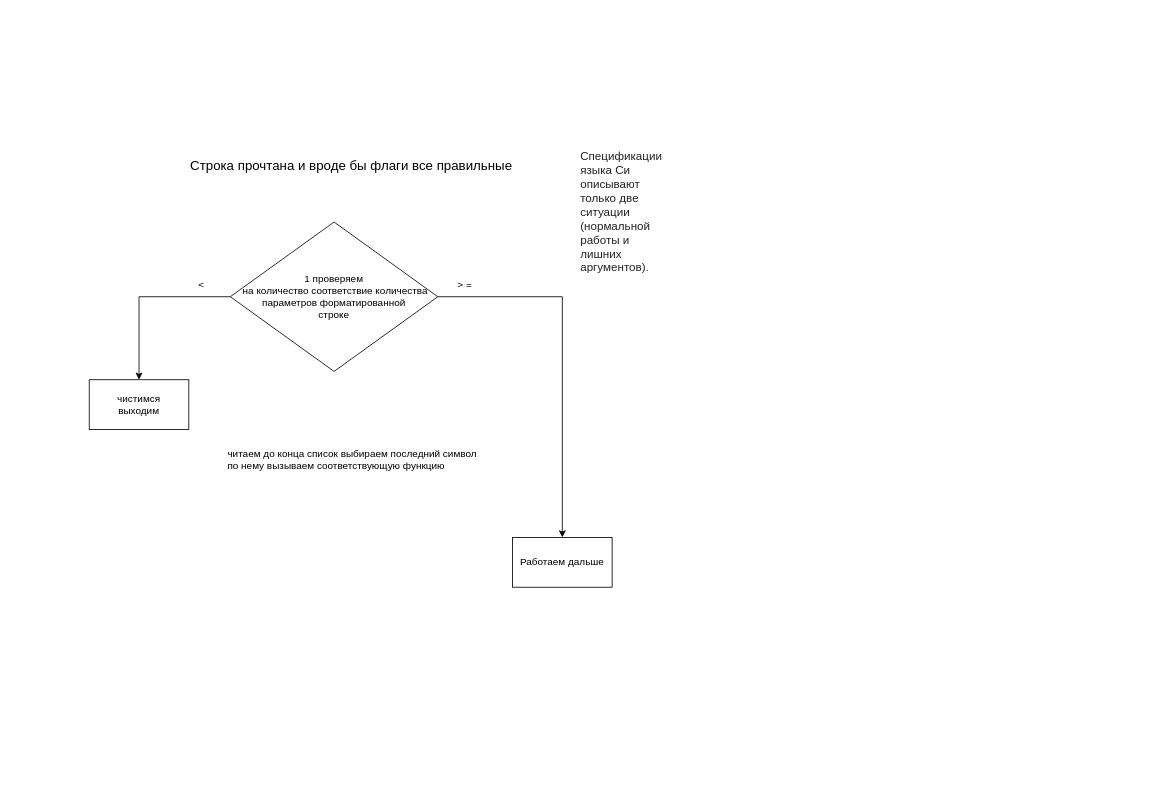
Before: page "дальше" (4 of 5) of thougths.drawio in vlukjanenko/ft_printf, a draw.io diagram. Source tidied: cells renumbered, new cells numbered last; positions are measured from the earlier drawing's top-left corner, leaving out a move shared by most shapes. Both pictures are drawn from the tidied source at 83%, with x=0, y=0 at pixel (89, 147).
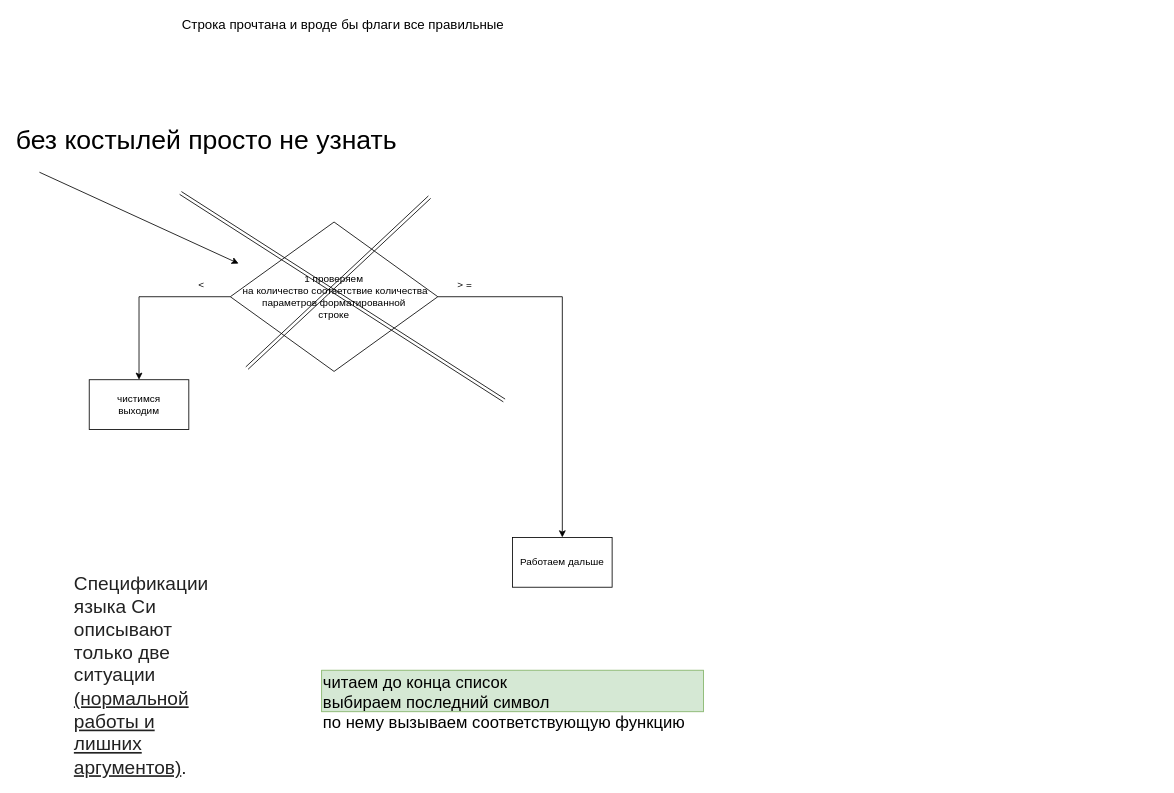
The same diagram, later.

The edit, as a diff of the source:
```diff
@@
 <mxGraphModel>
   <root>
     <mxCell id="0" />
     <mxCell id="1" parent="0" />
     <mxCell id="2" value="&lt;font style=&quot;font-size: 16px&quot;&gt;Строка прочтана и вроде бы флаги все правильные&lt;/font&gt;" style="text;html=1;align=left;verticalAlign=top;spacingTop=-4;" parent="1" vertex="1">
-      <mxGeometry x="120" y="10" width="410" height="20" as="geometry" />
+      <mxGeometry x="110" y="-160" width="410" height="20" as="geometry" />
     </mxCell>
-    <mxCell id="3" value="читаем до конца список выбираем последний символ&lt;br&gt;по нему вызываем соответствующую функцию" style="text;html=1;align=left;verticalAlign=top;spacingTop=-4;" parent="1" vertex="1">
-      <mxGeometry x="165" y="360" width="320" height="30" as="geometry" />
+    <mxCell id="3" value="&lt;font style=&quot;font-size: 20px&quot;&gt;читаем до конца список &lt;br&gt;выбираем последний символ&lt;br&gt;по нему вызываем соответствующую функцию&lt;/font&gt;" style="text;html=1;align=left;verticalAlign=top;spacingTop=-4;fillColor=#d5e8d4;strokeColor=#82b366;" parent="1" vertex="1">
+      <mxGeometry x="280" y="630" width="460" height="50" as="geometry" />
     </mxCell>
     <mxCell id="4" style="edgeStyle=orthogonalEdgeStyle;rounded=0;jettySize=auto;html=1;" parent="1" edge="1" source="6" target="11">
       <mxGeometry relative="1" as="geometry" />
     </mxCell>
     <mxCell id="5" style="edgeStyle=orthogonalEdgeStyle;rounded=0;jettySize=auto;html=1;" parent="1" edge="1" source="6" target="10">
       <mxGeometry relative="1" as="geometry" />
     </mxCell>
     <mxCell id="6" value="&lt;span style=&quot;text-align: left&quot;&gt;1 проверяем&lt;br&gt;&amp;nbsp;на количество соответствие количества параметров форматированной &lt;br&gt;строке&lt;/span&gt;" style="rhombus;whiteSpace=wrap;html=1;" parent="1" vertex="1">
       <mxGeometry x="170" y="90" width="250" height="180" as="geometry" />
     </mxCell>
-    <mxCell id="7" value="&lt;span style=&quot;color: rgb(34 , 34 , 34) ; font-family: sans-serif ; font-size: 14px ; white-space: normal ; background-color: rgb(255 , 255 , 255)&quot;&gt;Спецификации языка Си описывают только две ситуации (нормальной работы и лишних аргументов).&lt;/span&gt;" style="text;html=1;align=left;verticalAlign=top;spacingTop=-4;" parent="1" vertex="1">
-      <mxGeometry x="590" width="700" height="20" as="geometry" />
+    <mxCell id="7" value="&lt;span style=&quot;color: rgb(34 , 34 , 34) ; font-family: sans-serif ; white-space: normal ; background-color: rgb(255 , 255 , 255)&quot;&gt;&lt;font style=&quot;font-size: 23px&quot;&gt;Спецификации языка Си описывают только две ситуации &lt;u&gt;(нормальной работы и лишних аргументов)&lt;/u&gt;.&lt;/font&gt;&lt;/span&gt;" style="text;html=1;align=left;verticalAlign=top;spacingTop=-4;" parent="1" vertex="1">
+      <mxGeometry x="-20" y="510" width="1140" height="20" as="geometry" />
     </mxCell>
     <mxCell id="8" value="&amp;gt; =" style="text;html=1;align=left;verticalAlign=top;spacingTop=-4;" parent="1" vertex="1">
       <mxGeometry x="442" y="156" width="30" height="20" as="geometry" />
     </mxCell>
     <mxCell id="9" value="&amp;lt;" style="text;html=1;align=left;verticalAlign=top;spacingTop=-4;" parent="1" vertex="1">
       <mxGeometry x="130" y="156" width="20" height="20" as="geometry" />
     </mxCell>
     <mxCell id="10" value="чистимся&lt;br&gt;выходим" style="rounded=0;whiteSpace=wrap;html=1;" parent="1" vertex="1">
       <mxGeometry y="280" width="120" height="60" as="geometry" />
     </mxCell>
     <mxCell id="11" value="Работаем дальше" style="rounded=0;whiteSpace=wrap;html=1;" parent="1" vertex="1">
       <mxGeometry x="510" y="470" width="120" height="60" as="geometry" />
     </mxCell>
+    <mxCell id="12" style="shape=link;html=1;" parent="1" edge="1">
+      <mxGeometry relative="1" as="geometry">
+        <mxPoint x="190" y="266" as="sourcePoint" />
+        <mxPoint x="410" y="60" as="targetPoint" />
+      </mxGeometry>
+    </mxCell>
+    <mxCell id="13" style="shape=link;html=1;" parent="1" edge="1">
+      <mxGeometry relative="1" as="geometry">
+        <mxPoint x="110" y="55" as="sourcePoint" />
+        <mxPoint x="500" y="305" as="targetPoint" />
+      </mxGeometry>
+    </mxCell>
+    <mxCell id="14" value="&lt;font style=&quot;font-size: 32px&quot;&gt;без костылей просто не узнать&lt;/font&gt;" style="text;html=1;align=left;verticalAlign=top;spacingTop=-4;" parent="1" vertex="1">
+      <mxGeometry x="-90" y="-30" width="490" height="20" as="geometry" />
+    </mxCell>
+    <mxCell id="15" style="endArrow=classic;html=1;" parent="1" edge="1">
+      <mxGeometry relative="1" as="geometry">
+        <mxPoint x="-60" y="30" as="sourcePoint" />
+        <mxPoint x="180" y="140" as="targetPoint" />
+      </mxGeometry>
+    </mxCell>
   </root>
 </mxGraphModel>
```
